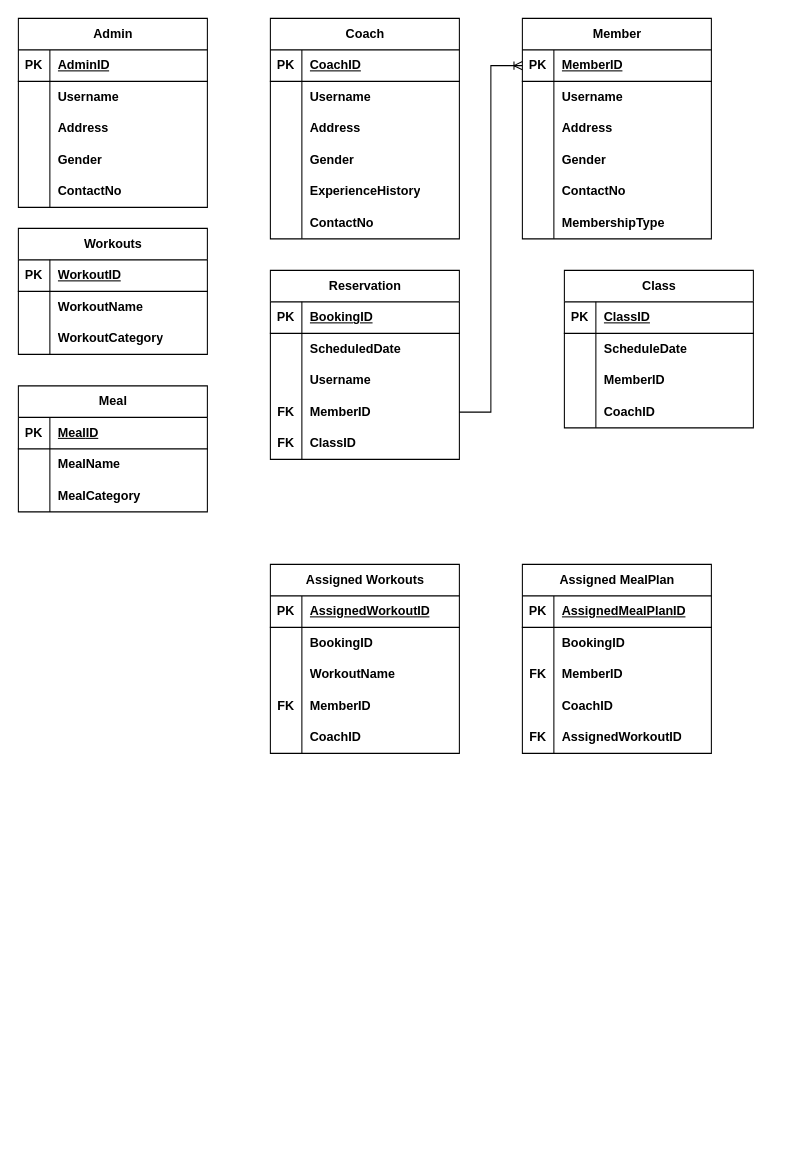
Earlier version of the draw.io diagram page "Page-1" (1 of 2) of Untitled Diagram.drawio (gitEranga/Gym-Management-System). Source tidied: cells renumbered, new cells numbered last; positions are measured from the earlier drawing's top-left corner, leaving out a move shared by most shapes. Both pictures are drawn from the tidied source at 105%, with x=0, y=0 at pixel (18, 18).
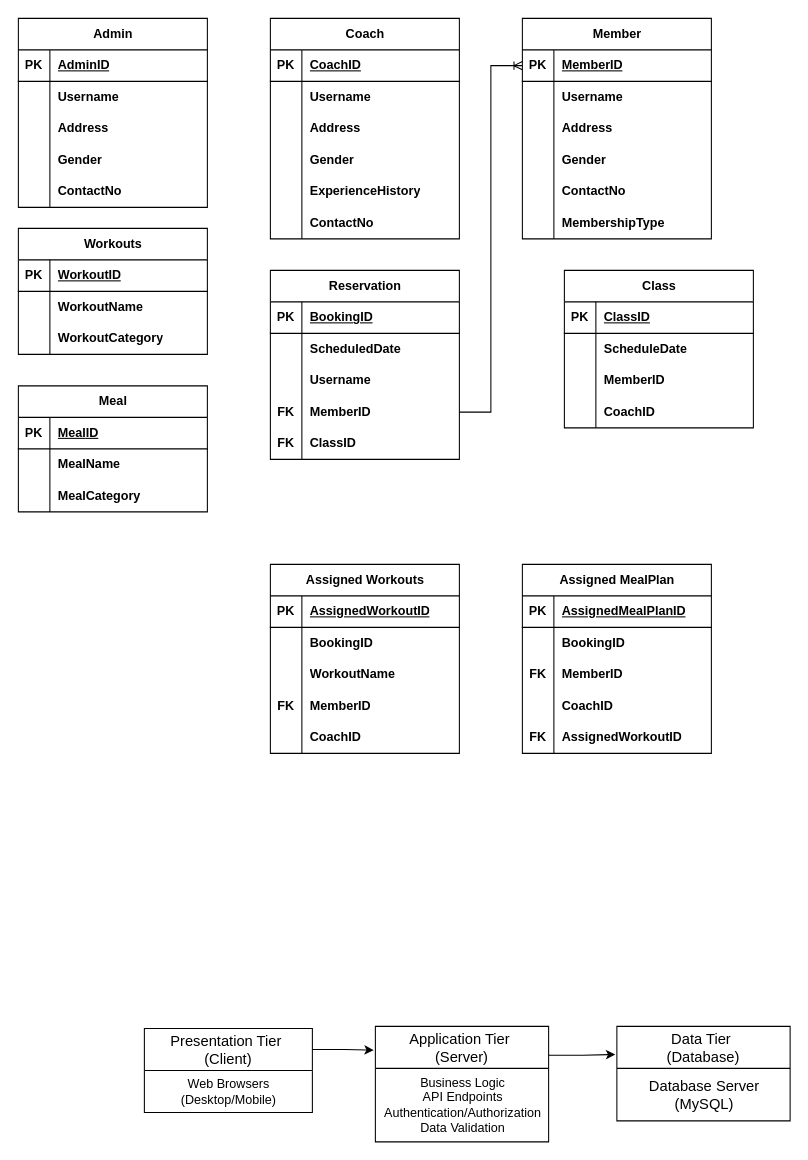
The same page after the edit.

The edit, as a diff of the source:
```diff
@@
+    <mxCell id="138" value="Presentation Tier &#10;(Client)" style="swimlane;fontStyle=0;horizontal=1;startSize=40;align=center;fontSize=14;" parent="1" vertex="1">
+      <mxGeometry x="120" y="962" width="160" height="80" as="geometry" />
+    </mxCell>
+    <mxCell id="139" value="Web Browsers&lt;div&gt;(Desktop/Mobile)&lt;/div&gt;" style="text;html=1;align=center;verticalAlign=middle;strokeColor=none;fillColor=none;" parent="138" vertex="1">
+      <mxGeometry y="40" width="160" height="40" as="geometry" />
+    </mxCell>
+    <mxCell id="140" value="Application Tier &#10;(Server)" style="swimlane;fontStyle=0;horizontal=1;startSize=40;align=center;fontSize=14;" parent="1" vertex="1">
+      <mxGeometry x="340" y="960" width="165" height="110" as="geometry" />
+    </mxCell>
+    <mxCell id="141" value="Business Logic&lt;div&gt;API Endpoints&lt;/div&gt;&lt;div&gt;Authentication/Authorization&lt;/div&gt;&lt;div&gt;Data Validation&lt;/div&gt;" style="text;html=1;align=center;verticalAlign=middle;strokeColor=none;fillColor=none;" parent="140" vertex="1">
+      <mxGeometry y="40" width="165" height="70" as="geometry" />
+    </mxCell>
+    <mxCell id="142" value="Data Tier &#10;(Database)" style="swimlane;fontStyle=0;horizontal=1;startSize=40;align=center;fontSize=14;" parent="1" vertex="1">
+      <mxGeometry x="570" y="960" width="165" height="90" as="geometry" />
+    </mxCell>
+    <mxCell id="143" value="&lt;span style=&quot;font-size: 14px;&quot;&gt;Database Server&lt;/span&gt;&lt;div&gt;&lt;span style=&quot;font-size: 14px;&quot;&gt;(MySQL)&lt;/span&gt;&lt;/div&gt;" style="text;html=1;align=center;verticalAlign=middle;strokeColor=none;fillColor=none;" parent="142" vertex="1">
+      <mxGeometry y="40" width="165" height="50" as="geometry" />
+    </mxCell>
+    <mxCell id="144" style="edgeStyle=orthogonalEdgeStyle;rounded=0;jettySize=auto;html=1;exitX=1;exitY=0.25;exitDx=0;exitDy=0;entryX=-0.009;entryY=0.206;entryDx=0;entryDy=0;entryPerimeter=0;" parent="1" edge="1" source="138" target="140">
+      <mxGeometry relative="1" as="geometry" />
+    </mxCell>
+    <mxCell id="145" style="edgeStyle=orthogonalEdgeStyle;rounded=0;jettySize=auto;html=1;exitX=1;exitY=0.25;exitDx=0;exitDy=0;entryX=-0.009;entryY=0.297;entryDx=0;entryDy=0;entryPerimeter=0;" parent="1" edge="1" source="140" target="142">
+      <mxGeometry relative="1" as="geometry" />
+    </mxCell>
```
